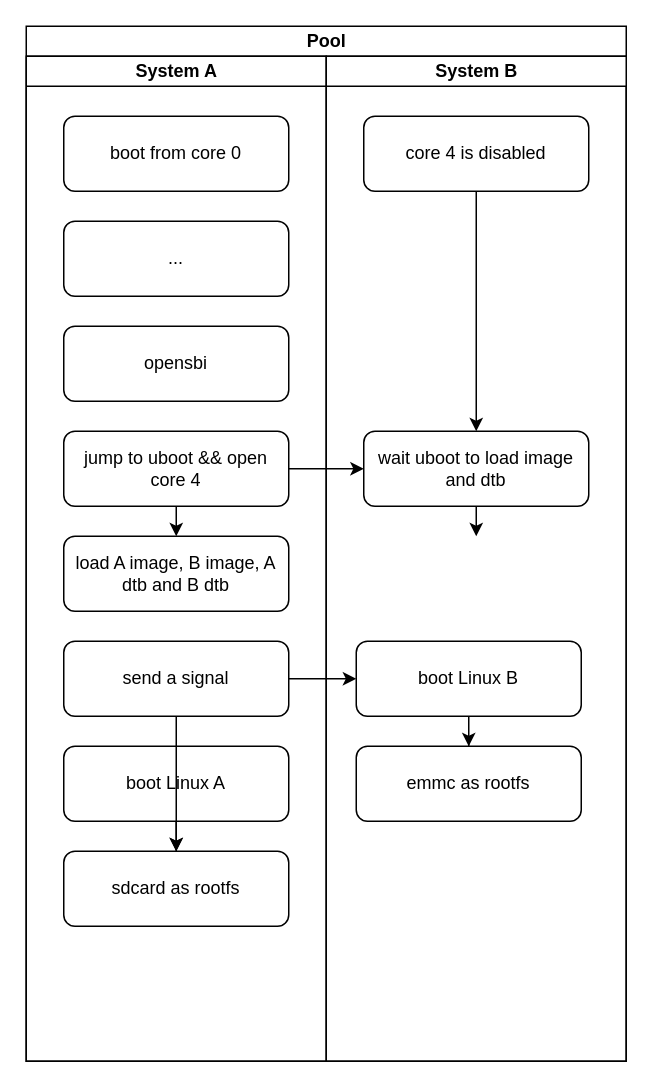
Above: dual-os/dual-os-workflow.drawio in Troyself/img-design-draw-io (draw.io), before the change. Source tidied: cells renumbered, new cells numbered last; positions are measured from the earlier drawing's top-left corner, leaving out a move shared by most shapes. Both pictures are drawn from the tidied source at 150%, with x=0, y=0 at pixel (26, 26).
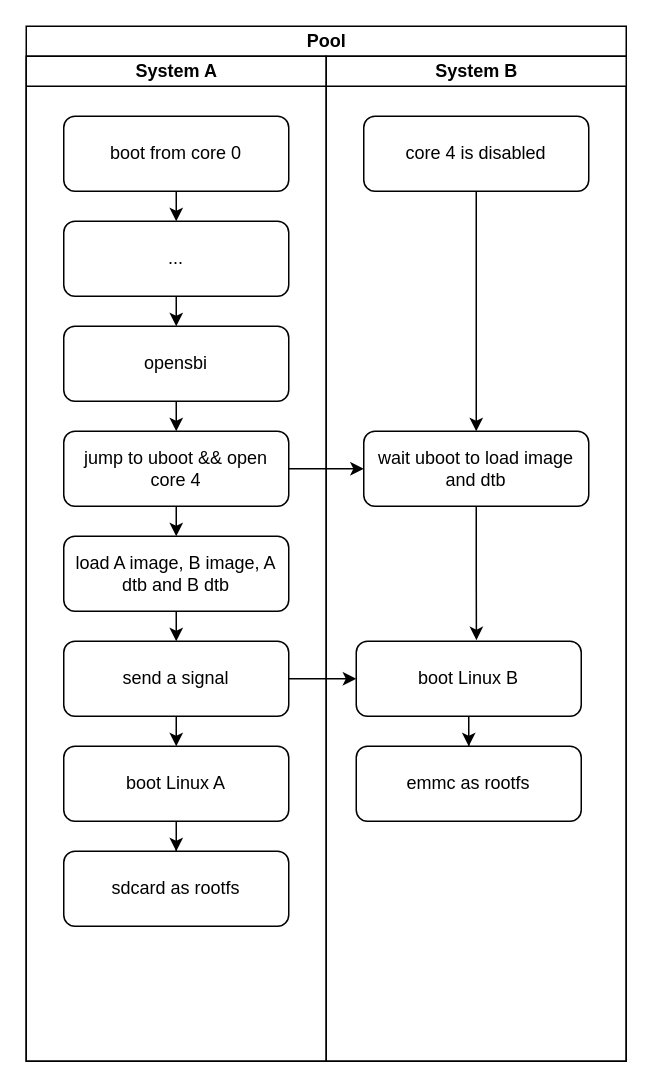
Above is the later version.

Unchanged cells that the change refers to:
```xml
<mxCell id="3" value="System A" style="swimlane;startSize=20;html=1;" parent="2" vertex="1">
  <mxGeometry y="20" width="200" height="670" as="geometry" />
</mxCell>
<mxCell id="4" value="boot from core 0" style="rounded=1;whiteSpace=wrap;html=1;fillColor=none;" parent="3" vertex="1">
  <mxGeometry x="25" y="40" width="150" height="50" as="geometry" />
</mxCell>
<mxCell id="5" value="..." style="rounded=1;whiteSpace=wrap;html=1;fillColor=none;" parent="3" vertex="1">
  <mxGeometry x="25" y="110" width="150" height="50" as="geometry" />
</mxCell>
<mxCell id="6" value="opensbi" style="rounded=1;whiteSpace=wrap;html=1;fillColor=none;" parent="3" vertex="1">
  <mxGeometry x="25" y="180" width="150" height="50" as="geometry" />
</mxCell>
<mxCell id="8" value="jump to uboot &amp;amp;&amp;amp; open core 4" style="rounded=1;whiteSpace=wrap;html=1;fillColor=none;" parent="3" vertex="1">
  <mxGeometry x="25" y="250" width="150" height="50" as="geometry" />
</mxCell>
<mxCell id="9" value="load A image, B image, A dtb and B dtb" style="rounded=1;whiteSpace=wrap;html=1;fillColor=none;" parent="3" vertex="1">
  <mxGeometry x="25" y="320" width="150" height="50" as="geometry" />
</mxCell>
<mxCell id="11" value="send a signal" style="rounded=1;whiteSpace=wrap;html=1;fillColor=none;" parent="3" vertex="1">
  <mxGeometry x="25" y="390" width="150" height="50" as="geometry" />
</mxCell>
<mxCell id="13" value="boot Linux A" style="rounded=1;whiteSpace=wrap;html=1;fillColor=none;" parent="3" vertex="1">
  <mxGeometry x="25" y="460" width="150" height="50" as="geometry" />
</mxCell>
<mxCell id="14" value="sdcard as rootfs" style="rounded=1;whiteSpace=wrap;html=1;fillColor=none;" parent="3" vertex="1">
  <mxGeometry x="25" y="530" width="150" height="50" as="geometry" />
</mxCell>
<mxCell id="15" value="System B" style="swimlane;startSize=20;html=1;" parent="2" vertex="1">
  <mxGeometry x="200" y="20" width="200" height="670" as="geometry" />
</mxCell>
<mxCell id="19" value="wait uboot to load image and dtb" style="rounded=1;whiteSpace=wrap;html=1;fillColor=none;" parent="15" vertex="1">
  <mxGeometry x="25" y="250" width="150" height="50" as="geometry" />
</mxCell>
<mxCell id="21" value="boot Linux B" style="rounded=1;whiteSpace=wrap;html=1;fillColor=none;" parent="15" vertex="1">
  <mxGeometry x="20" y="390" width="150" height="50" as="geometry" />
</mxCell>
```

The edit, as a diff of the source:
```diff
@@
+    <mxCell id="25" style="edgeStyle=orthogonalEdgeStyle;rounded=0;jettySize=auto;html=1;exitX=0.5;exitY=1;exitDx=0;exitDy=0;entryX=0.5;entryY=0;entryDx=0;entryDy=0;" parent="3" edge="1" source="4" target="5">
+      <mxGeometry relative="1" as="geometry" />
+    </mxCell>
@@
+    <mxCell id="26" style="edgeStyle=orthogonalEdgeStyle;rounded=0;jettySize=auto;html=1;exitX=0.5;exitY=1;exitDx=0;exitDy=0;entryX=0.5;entryY=0;entryDx=0;entryDy=0;" parent="3" edge="1" source="5" target="6">
+      <mxGeometry relative="1" as="geometry" />
+    </mxCell>
@@
+    <mxCell id="27" style="edgeStyle=orthogonalEdgeStyle;rounded=0;jettySize=auto;html=1;exitX=0.5;exitY=1;exitDx=0;exitDy=0;entryX=0.5;entryY=0;entryDx=0;entryDy=0;" parent="3" edge="1" source="6" target="8">
+      <mxGeometry relative="1" as="geometry" />
+    </mxCell>
@@
+    <mxCell id="28" style="edgeStyle=orthogonalEdgeStyle;rounded=0;jettySize=auto;html=1;exitX=0.5;exitY=1;exitDx=0;exitDy=0;entryX=0.5;entryY=0;entryDx=0;entryDy=0;" parent="3" edge="1" source="9" target="11">
+      <mxGeometry relative="1" as="geometry" />
+    </mxCell>
@@
-    <mxCell id="10" style="edgeStyle=orthogonalEdgeStyle;rounded=0;jettySize=auto;html=1;" parent="3" edge="1" source="11" target="14">
-      <mxGeometry relative="1" as="geometry" />
-    </mxCell>
+    <mxCell id="29" style="edgeStyle=orthogonalEdgeStyle;rounded=0;jettySize=auto;html=1;exitX=0.5;exitY=1;exitDx=0;exitDy=0;entryX=0.5;entryY=0;entryDx=0;entryDy=0;" parent="3" edge="1" source="11" target="13">
+      <mxGeometry relative="1" as="geometry" />
+    </mxCell>
@@
-    <mxCell id="18" style="edgeStyle=orthogonalEdgeStyle;rounded=0;jettySize=auto;html=1;exitX=0.5;exitY=1;exitDx=0;exitDy=0;entryX=0.5;entryY=0;entryDx=0;entryDy=0;" parent="15" edge="1" source="19">
-      <mxGeometry relative="1" as="geometry">
-        <mxPoint x="100" y="320" as="targetPoint" />
-      </mxGeometry>
-    </mxCell>
@@
+    <mxCell id="30" style="edgeStyle=orthogonalEdgeStyle;rounded=0;jettySize=auto;html=1;exitX=0.5;exitY=1;exitDx=0;exitDy=0;entryX=0.534;entryY=-0.014;entryDx=0;entryDy=0;entryPerimeter=0;" parent="15" edge="1" source="19" target="21">
+      <mxGeometry relative="1" as="geometry" />
+    </mxCell>
```
